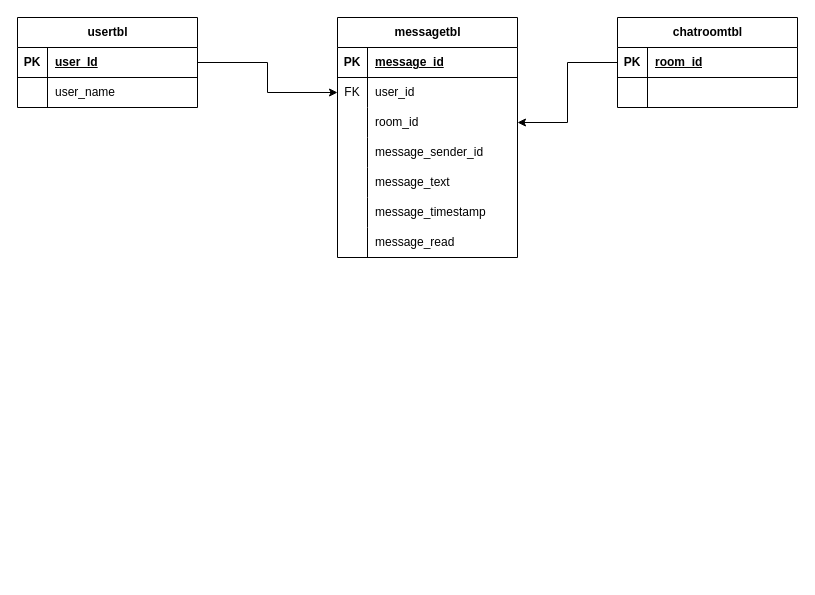
The draw.io diagram 채팅 클라이언트 DB.drawio in Hyunmin-Kwak-hub/neighbor21, before the edit. Source tidied: cells renumbered, new cells numbered last; positions are measured from the earlier drawing's top-left corner, leaving out a move shared by most shapes. Both pictures are drawn from the tidied source at 100%, with x=0, y=0 at pixel (17, 17).
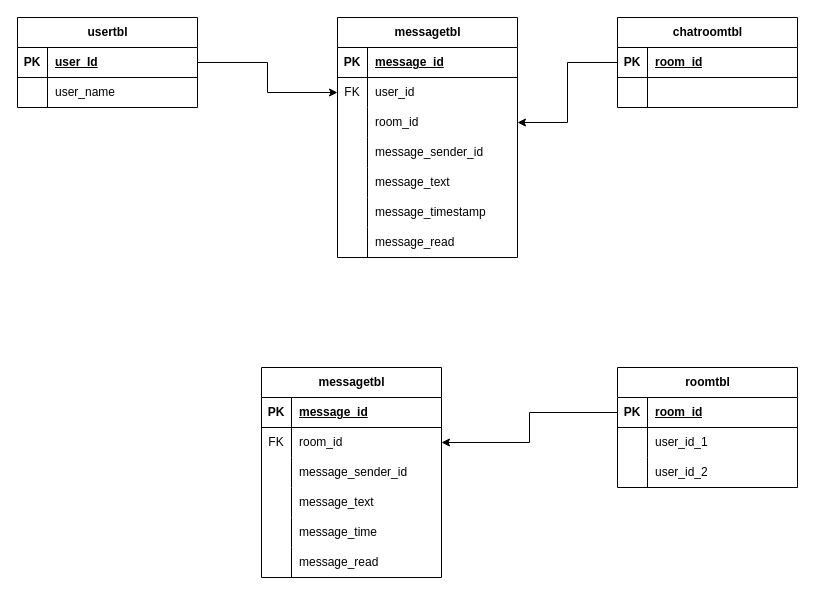
After the change.

Commit message:
채팅 클라이언트 DB.drawio 업데이트

Change to the diagram source:
```diff
@@
+    <mxCell id="40" value="messagetbl" style="shape=table;startSize=30;childLayout=tableLayout;rowLines=0;fontStyle=1;align=center;html=1;" parent="1" vertex="1">
+      <mxGeometry x="244" y="350" width="180" height="210" as="geometry" />
+    </mxCell>
+    <mxCell id="41" style="shape=tableRow;horizontal=0;startSize=0;swimlaneHead=0;swimlaneBody=0;fillColor=none;top=0;left=0;right=0;bottom=1;" parent="40" vertex="1">
+      <mxGeometry y="30" width="180" height="30" as="geometry" />
+    </mxCell>
+    <mxCell id="42" value="PK" style="shape=partialRectangle;fillColor=none;top=0;left=0;bottom=0;right=0;fontStyle=1;overflow=hidden;whiteSpace=wrap;html=1;" parent="41" vertex="1">
+      <mxGeometry width="30" height="30" as="geometry" />
+    </mxCell>
+    <mxCell id="43" value="message_id" style="shape=partialRectangle;fillColor=none;top=0;left=0;bottom=0;right=0;align=left;spacingLeft=6;fontStyle=5;overflow=hidden;whiteSpace=wrap;html=1;" parent="41" vertex="1">
+      <mxGeometry x="30" width="150" height="30" as="geometry" />
+    </mxCell>
+    <mxCell id="44" style="shape=tableRow;horizontal=0;startSize=0;swimlaneHead=0;swimlaneBody=0;fillColor=none;points=[[0,0.5],[1,0.5]];portConstraint=eastwest;top=0;left=0;right=0;bottom=0;" parent="40" vertex="1">
+      <mxGeometry y="60" width="180" height="30" as="geometry" />
+    </mxCell>
+    <mxCell id="45" value="FK" style="shape=partialRectangle;fillColor=none;top=0;left=0;bottom=0;right=0;overflow=hidden;whiteSpace=wrap;html=1;" parent="44" vertex="1">
+      <mxGeometry width="30" height="30" as="geometry" />
+    </mxCell>
+    <mxCell id="46" value="room_id" style="shape=partialRectangle;fillColor=none;top=0;left=0;bottom=0;right=0;align=left;spacingLeft=6;overflow=hidden;whiteSpace=wrap;html=1;" parent="44" vertex="1">
+      <mxGeometry x="30" width="150" height="30" as="geometry" />
+    </mxCell>
+    <mxCell id="47" style="shape=tableRow;horizontal=0;startSize=0;swimlaneHead=0;swimlaneBody=0;fillColor=none;top=0;left=0;right=0;bottom=0;" parent="40" vertex="1">
+      <mxGeometry y="90" width="180" height="30" as="geometry" />
+    </mxCell>
+    <mxCell id="48" style="shape=partialRectangle;fillColor=none;top=0;left=0;bottom=0;right=0;overflow=hidden;whiteSpace=wrap;html=1;" parent="47" vertex="1">
+      <mxGeometry width="30" height="30" as="geometry" />
+    </mxCell>
+    <mxCell id="49" value="message_sender_id" style="shape=partialRectangle;fillColor=none;top=0;left=0;bottom=0;right=0;align=left;spacingLeft=6;overflow=hidden;whiteSpace=wrap;html=1;" parent="47" vertex="1">
+      <mxGeometry x="30" width="150" height="30" as="geometry" />
+    </mxCell>
+    <mxCell id="50" style="shape=tableRow;horizontal=0;startSize=0;swimlaneHead=0;swimlaneBody=0;fillColor=none;top=0;left=0;right=0;bottom=0;" parent="40" vertex="1">
+      <mxGeometry y="120" width="180" height="30" as="geometry" />
+    </mxCell>
+    <mxCell id="51" style="shape=partialRectangle;fillColor=none;top=0;left=0;bottom=0;right=0;overflow=hidden;whiteSpace=wrap;html=1;" parent="50" vertex="1">
+      <mxGeometry width="30" height="30" as="geometry" />
+    </mxCell>
+    <mxCell id="52" value="message_text" style="shape=partialRectangle;fillColor=none;top=0;left=0;bottom=0;right=0;align=left;spacingLeft=6;overflow=hidden;whiteSpace=wrap;html=1;" parent="50" vertex="1">
+      <mxGeometry x="30" width="150" height="30" as="geometry" />
+    </mxCell>
+    <mxCell id="53" style="shape=tableRow;horizontal=0;startSize=0;swimlaneHead=0;swimlaneBody=0;fillColor=none;top=0;left=0;right=0;bottom=0;" parent="40" vertex="1">
+      <mxGeometry y="150" width="180" height="30" as="geometry" />
+    </mxCell>
+    <mxCell id="54" style="shape=partialRectangle;fillColor=none;top=0;left=0;bottom=0;right=0;overflow=hidden;whiteSpace=wrap;html=1;" parent="53" vertex="1">
+      <mxGeometry width="30" height="30" as="geometry" />
+    </mxCell>
+    <mxCell id="55" value="message_time" style="shape=partialRectangle;fillColor=none;top=0;left=0;bottom=0;right=0;align=left;spacingLeft=6;overflow=hidden;whiteSpace=wrap;html=1;" parent="53" vertex="1">
+      <mxGeometry x="30" width="150" height="30" as="geometry" />
+    </mxCell>
+    <mxCell id="56" style="shape=tableRow;horizontal=0;startSize=0;swimlaneHead=0;swimlaneBody=0;fillColor=none;top=0;left=0;right=0;bottom=0;" parent="40" vertex="1">
+      <mxGeometry y="180" width="180" height="30" as="geometry" />
+    </mxCell>
+    <mxCell id="57" style="shape=partialRectangle;fillColor=none;top=0;left=0;bottom=0;right=0;overflow=hidden;whiteSpace=wrap;html=1;" parent="56" vertex="1">
+      <mxGeometry width="30" height="30" as="geometry" />
+    </mxCell>
+    <mxCell id="58" value="message_read" style="shape=partialRectangle;fillColor=none;top=0;left=0;bottom=0;right=0;align=left;spacingLeft=6;overflow=hidden;whiteSpace=wrap;html=1;" parent="56" vertex="1">
+      <mxGeometry x="30" width="150" height="30" as="geometry" />
+    </mxCell>
+    <mxCell id="59" value="roomtbl" style="shape=table;startSize=30;childLayout=tableLayout;rowLines=0;fontStyle=1;align=center;html=1;" parent="1" vertex="1">
+      <mxGeometry x="600" y="350" width="180" height="120" as="geometry" />
+    </mxCell>
+    <mxCell id="60" style="shape=tableRow;horizontal=0;startSize=0;swimlaneHead=0;swimlaneBody=0;fillColor=none;points=[[0,0.5],[1,0.5]];portConstraint=eastwest;top=0;left=0;right=0;bottom=1;" parent="59" vertex="1">
+      <mxGeometry y="30" width="180" height="30" as="geometry" />
+    </mxCell>
+    <mxCell id="61" value="PK" style="shape=partialRectangle;fillColor=none;top=0;left=0;bottom=0;right=0;fontStyle=1;overflow=hidden;whiteSpace=wrap;html=1;" parent="60" vertex="1">
+      <mxGeometry width="30" height="30" as="geometry" />
+    </mxCell>
+    <mxCell id="62" value="room_id" style="shape=partialRectangle;fillColor=none;top=0;left=0;bottom=0;right=0;align=left;spacingLeft=6;fontStyle=5;overflow=hidden;whiteSpace=wrap;html=1;" parent="60" vertex="1">
+      <mxGeometry x="30" width="150" height="30" as="geometry" />
+    </mxCell>
+    <mxCell id="63" style="shape=tableRow;horizontal=0;startSize=0;swimlaneHead=0;swimlaneBody=0;fillColor=none;top=0;left=0;right=0;bottom=0;" parent="59" vertex="1">
+      <mxGeometry y="60" width="180" height="30" as="geometry" />
+    </mxCell>
+    <mxCell id="64" style="shape=partialRectangle;fillColor=none;top=0;left=0;bottom=0;right=0;overflow=hidden;whiteSpace=wrap;html=1;" parent="63" vertex="1">
+      <mxGeometry width="30" height="30" as="geometry" />
+    </mxCell>
+    <mxCell id="65" value="user_id_1" style="shape=partialRectangle;fillColor=none;top=0;left=0;bottom=0;right=0;align=left;spacingLeft=6;overflow=hidden;whiteSpace=wrap;html=1;" parent="63" vertex="1">
+      <mxGeometry x="30" width="150" height="30" as="geometry" />
+    </mxCell>
+    <mxCell id="66" style="shape=tableRow;horizontal=0;startSize=0;swimlaneHead=0;swimlaneBody=0;fillColor=none;top=0;left=0;right=0;bottom=0;" parent="59" vertex="1">
+      <mxGeometry y="90" width="180" height="30" as="geometry" />
+    </mxCell>
+    <mxCell id="67" style="shape=partialRectangle;fillColor=none;top=0;left=0;bottom=0;right=0;overflow=hidden;whiteSpace=wrap;html=1;" parent="66" vertex="1">
+      <mxGeometry width="30" height="30" as="geometry" />
+    </mxCell>
+    <mxCell id="68" value="user_id_2" style="shape=partialRectangle;fillColor=none;top=0;left=0;bottom=0;right=0;align=left;spacingLeft=6;overflow=hidden;whiteSpace=wrap;html=1;" parent="66" vertex="1">
+      <mxGeometry x="30" width="150" height="30" as="geometry" />
+    </mxCell>
+    <mxCell id="69" style="edgeStyle=orthogonalEdgeStyle;rounded=0;jettySize=auto;html=1;exitX=0;exitY=0.5;exitDx=0;exitDy=0;entryX=1;entryY=0.5;entryDx=0;entryDy=0;" parent="1" edge="1" source="60" target="44">
+      <mxGeometry relative="1" as="geometry" />
+    </mxCell>
```
